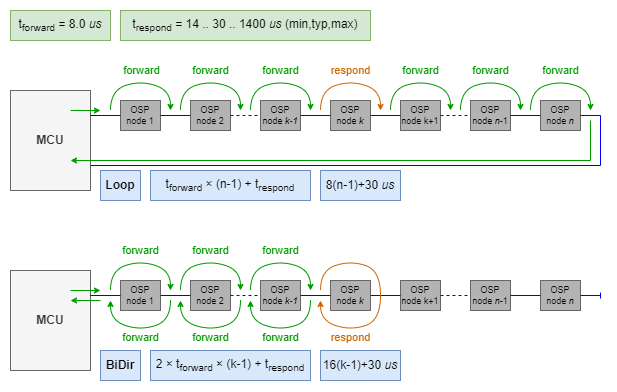
This is extras/timing.drawio.png from ams-OSRAM/OSP_aospi, a draw.io export, as it was before one commit. Source tidied: cells renumbered, new cells last; positions are measured from the earlier drawing's top-left corner, leaving out a move shared by most shapes.
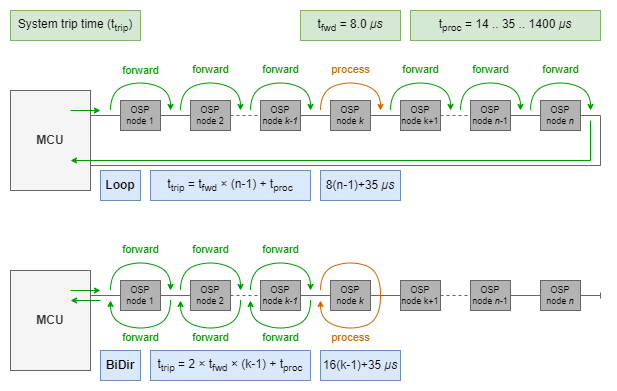
Above is the later version.

Change to the diagram source:
```diff
@@ -14,15 +14,18 @@
     <mxCell id="5" value="OSP node &lt;i&gt;k-1&lt;/i&gt;" style="rounded=0;whiteSpace=wrap;html=1;fillColor=#B3B3B3;fontColor=default;strokeColor=#666666;align=center;verticalAlign=middle;fontFamily=Helvetica;fontSize=9;" parent="1" vertex="1">
       <mxGeometry x="250" y="90" width="40" height="30" as="geometry" />
     </mxCell>
-    <mxCell id="6" style="endArrow=none;html=1;rounded=0;exitX=0.5;exitY=1;exitDx=0;exitDy=0;entryX=0;entryY=0.5;entryDx=0;entryDy=0;endSize=4;startSize=4;startArrow=none;startFill=0;strokeColor=#0000FF;endFill=0;" parent="1" edge="1" target="3">
+    <mxCell id="6" style="endArrow=none;html=1;rounded=0;exitX=0.5;exitY=1;exitDx=0;exitDy=0;entryX=0;entryY=0.5;entryDx=0;entryDy=0;endSize=4;startSize=4;startArrow=none;startFill=0;strokeColor=#666666;endFill=0;fillColor=#f5f5f5;" parent="1" edge="1" target="3">
       <mxGeometry relative="1" as="geometry">
         <mxPoint x="79.6" y="105" as="sourcePoint" />
+        <Array as="points">
+          <mxPoint x="100" y="105" />
+        </Array>
       </mxGeometry>
     </mxCell>
-    <mxCell id="7" style="endArrow=none;html=1;rounded=0;exitX=1;exitY=0.5;exitDx=0;exitDy=0;entryX=0;entryY=0.5;entryDx=0;entryDy=0;endSize=4;startSize=4;startArrow=none;startFill=0;strokeColor=#0000FF;endFill=0;" parent="1" edge="1" source="3" target="4">
+    <mxCell id="7" style="endArrow=none;html=1;rounded=0;exitX=1;exitY=0.5;exitDx=0;exitDy=0;entryX=0;entryY=0.5;entryDx=0;entryDy=0;endSize=4;startSize=4;startArrow=none;startFill=0;strokeColor=#666666;endFill=0;fillColor=#f5f5f5;" parent="1" edge="1" source="3" target="4">
       <mxGeometry relative="1" as="geometry" />
     </mxCell>
-    <mxCell id="8" style="endArrow=none;html=1;rounded=0;exitX=1;exitY=0.5;exitDx=0;exitDy=0;entryX=0;entryY=0.5;entryDx=0;entryDy=0;endSize=4;startSize=4;startArrow=none;startFill=0;strokeColor=#0000FF;endFill=0;dashed=1;" parent="1" edge="1" source="4" target="5">
+    <mxCell id="8" style="endArrow=none;html=1;rounded=0;exitX=1;exitY=0.5;exitDx=0;exitDy=0;entryX=0;entryY=0.5;entryDx=0;entryDy=0;endSize=4;startSize=4;startArrow=none;startFill=0;strokeColor=#666666;endFill=0;dashed=1;fillColor=#f5f5f5;" parent="1" edge="1" source="4" target="5">
       <mxGeometry relative="1" as="geometry" />
     </mxCell>
     <mxCell id="9" value="Loop" style="rounded=0;whiteSpace=wrap;html=1;fillColor=#dae8fc;strokeColor=#6c8ebf;fontStyle=1;" parent="1" vertex="1">
@@ -37,19 +40,19 @@
     <mxCell id="12" value="OSP node &lt;i&gt;n&lt;/i&gt;-1" style="rounded=0;whiteSpace=wrap;html=1;fillColor=#B3B3B3;fontColor=default;strokeColor=#666666;align=center;verticalAlign=middle;fontFamily=Helvetica;fontSize=9;" parent="1" vertex="1">
       <mxGeometry x="460" y="90" width="40" height="30" as="geometry" />
     </mxCell>
-    <mxCell id="13" style="endArrow=none;html=1;rounded=0;exitX=1;exitY=0.5;exitDx=0;exitDy=0;entryX=0;entryY=0.5;entryDx=0;entryDy=0;endSize=4;startSize=4;startArrow=none;startFill=0;strokeColor=#0000FF;endFill=0;" parent="1" edge="1" source="5" target="10">
+    <mxCell id="13" style="endArrow=none;html=1;rounded=0;exitX=1;exitY=0.5;exitDx=0;exitDy=0;entryX=0;entryY=0.5;entryDx=0;entryDy=0;endSize=4;startSize=4;startArrow=none;startFill=0;strokeColor=#666666;endFill=0;fillColor=#f5f5f5;" parent="1" edge="1" source="5" target="10">
       <mxGeometry relative="1" as="geometry" />
     </mxCell>
-    <mxCell id="14" style="endArrow=none;html=1;rounded=0;exitX=1;exitY=0.5;exitDx=0;exitDy=0;entryX=0;entryY=0.5;entryDx=0;entryDy=0;endSize=4;startSize=4;startArrow=none;startFill=0;strokeColor=#0000FF;endFill=0;" parent="1" edge="1" source="10" target="11">
+    <mxCell id="14" style="endArrow=none;html=1;rounded=0;exitX=1;exitY=0.5;exitDx=0;exitDy=0;entryX=0;entryY=0.5;entryDx=0;entryDy=0;endSize=4;startSize=4;startArrow=none;startFill=0;strokeColor=#666666;endFill=0;fillColor=#f5f5f5;" parent="1" edge="1" source="10" target="11">
       <mxGeometry relative="1" as="geometry" />
     </mxCell>
-    <mxCell id="15" style="endArrow=none;html=1;rounded=0;exitX=1;exitY=0.5;exitDx=0;exitDy=0;entryX=0;entryY=0.5;entryDx=0;entryDy=0;endSize=4;startSize=4;startArrow=none;startFill=0;strokeColor=#0000FF;endFill=0;dashed=1;" parent="1" edge="1" source="11" target="12">
+    <mxCell id="15" style="endArrow=none;html=1;rounded=0;exitX=1;exitY=0.5;exitDx=0;exitDy=0;entryX=0;entryY=0.5;entryDx=0;entryDy=0;endSize=4;startSize=4;startArrow=none;startFill=0;strokeColor=#666666;endFill=0;dashed=1;fillColor=#f5f5f5;" parent="1" edge="1" source="11" target="12">
       <mxGeometry relative="1" as="geometry" />
     </mxCell>
     <mxCell id="16" value="OSP node &lt;i&gt;n&lt;/i&gt;" style="rounded=0;whiteSpace=wrap;html=1;fillColor=#B3B3B3;fontColor=default;strokeColor=#666666;align=center;verticalAlign=middle;fontFamily=Helvetica;fontSize=9;" parent="1" vertex="1">
       <mxGeometry x="530" y="90" width="40" height="30" as="geometry" />
     </mxCell>
-    <mxCell id="17" style="endArrow=none;html=1;rounded=0;exitX=1;exitY=0.5;exitDx=0;exitDy=0;entryX=0;entryY=0.5;entryDx=0;entryDy=0;endSize=4;startSize=4;startArrow=none;startFill=0;strokeColor=#0000FF;endFill=0;" parent="1" edge="1" source="12" target="16">
+    <mxCell id="17" style="endArrow=none;html=1;rounded=0;exitX=1;exitY=0.5;exitDx=0;exitDy=0;entryX=0;entryY=0.5;entryDx=0;entryDy=0;endSize=4;startSize=4;startArrow=none;startFill=0;strokeColor=#666666;endFill=0;fillColor=#f5f5f5;" parent="1" edge="1" source="12" target="16">
       <mxGeometry relative="1" as="geometry" />
     </mxCell>
     <mxCell id="18" value="forward" style="endArrow=classic;html=1;rounded=0;curved=1;endSize=4;startSize=4;strokeColor=#009900;fontColor=#009900;" parent="1" edge="1">
@@ -88,7 +91,7 @@
         <mxPoint x="-3" y="-1" as="offset" />
       </mxGeometry>
     </mxCell>
-    <mxCell id="21" value="respond" style="endArrow=classic;html=1;rounded=0;curved=1;endSize=4;startSize=4;strokeColor=#CC6600;fontColor=#CC6600;" parent="1" edge="1">
+    <mxCell id="21" value="process" style="endArrow=classic;html=1;rounded=0;curved=1;endSize=4;startSize=4;strokeColor=#CC6600;fontColor=#CC6600;" parent="1" edge="1">
       <mxGeometry y="10" relative="1" as="geometry">
         <mxPoint x="310" y="100" as="sourcePoint" />
         <mxPoint x="370" y="100" as="targetPoint" />
@@ -136,7 +139,7 @@
         <mxPoint x="-3" y="-1" as="offset" />
       </mxGeometry>
     </mxCell>
-    <mxCell id="25" style="endArrow=none;html=1;rounded=0;exitX=1;exitY=0.5;exitDx=0;exitDy=0;entryX=1;entryY=0.75;entryDx=0;entryDy=0;endSize=4;startSize=4;startArrow=none;startFill=0;strokeColor=#0000FF;endFill=0;" parent="1" edge="1" source="16" target="2">
+    <mxCell id="25" style="endArrow=none;html=1;rounded=0;exitX=1;exitY=0.5;exitDx=0;exitDy=0;entryX=1;entryY=0.75;entryDx=0;entryDy=0;endSize=4;startSize=4;startArrow=none;startFill=0;strokeColor=#666666;endFill=0;fillColor=#f5f5f5;" parent="1" edge="1" source="16" target="2">
       <mxGeometry relative="1" as="geometry">
         <Array as="points">
           <mxPoint x="590" y="105" />
@@ -156,18 +159,18 @@
     <mxCell id="29" value="OSP node &lt;i&gt;k-1&lt;/i&gt;" style="rounded=0;whiteSpace=wrap;html=1;fillColor=#B3B3B3;fontColor=default;strokeColor=#666666;align=center;verticalAlign=middle;fontFamily=Helvetica;fontSize=9;" parent="1" vertex="1">
       <mxGeometry x="250" y="270" width="40" height="30" as="geometry" />
     </mxCell>
-    <mxCell id="30" style="endArrow=none;html=1;rounded=0;exitX=0.5;exitY=1;exitDx=0;exitDy=0;entryX=0;entryY=0.5;entryDx=0;entryDy=0;endSize=4;startSize=4;startArrow=none;startFill=0;strokeColor=#0000FF;endFill=0;" parent="1" edge="1" target="27">
+    <mxCell id="30" style="endArrow=none;html=1;rounded=0;exitX=0.5;exitY=1;exitDx=0;exitDy=0;entryX=0;entryY=0.5;entryDx=0;entryDy=0;endSize=4;startSize=4;startArrow=none;startFill=0;strokeColor=#666666;endFill=0;fillColor=#f5f5f5;" parent="1" edge="1" target="27">
       <mxGeometry relative="1" as="geometry">
         <mxPoint x="79.6" y="285" as="sourcePoint" />
       </mxGeometry>
     </mxCell>
-    <mxCell id="31" style="endArrow=none;html=1;rounded=0;exitX=1;exitY=0.5;exitDx=0;exitDy=0;entryX=0;entryY=0.5;entryDx=0;entryDy=0;endSize=4;startSize=4;startArrow=none;startFill=0;strokeColor=#0000FF;endFill=0;" parent="1" edge="1" source="27" target="28">
+    <mxCell id="31" style="endArrow=none;html=1;rounded=0;exitX=1;exitY=0.5;exitDx=0;exitDy=0;entryX=0;entryY=0.5;entryDx=0;entryDy=0;endSize=4;startSize=4;startArrow=none;startFill=0;strokeColor=#666666;endFill=0;fillColor=#f5f5f5;" parent="1" edge="1" source="27" target="28">
       <mxGeometry relative="1" as="geometry" />
     </mxCell>
-    <mxCell id="32" style="endArrow=none;html=1;rounded=0;exitX=1;exitY=0.5;exitDx=0;exitDy=0;entryX=0;entryY=0.5;entryDx=0;entryDy=0;endSize=4;startSize=4;startArrow=none;startFill=0;strokeColor=#0000FF;endFill=0;dashed=1;" parent="1" edge="1" source="28" target="29">
+    <mxCell id="32" style="endArrow=none;html=1;rounded=0;exitX=1;exitY=0.5;exitDx=0;exitDy=0;entryX=0;entryY=0.5;entryDx=0;entryDy=0;endSize=4;startSize=4;startArrow=none;startFill=0;strokeColor=#666666;endFill=0;dashed=1;fillColor=#f5f5f5;" parent="1" edge="1" source="28" target="29">
       <mxGeometry relative="1" as="geometry" />
     </mxCell>
-    <mxCell id="33" value="16(k-1)+30&amp;nbsp;&lt;i&gt;us&lt;/i&gt;" style="rounded=0;whiteSpace=wrap;html=1;fillColor=#dae8fc;strokeColor=#6c8ebf;" parent="1" vertex="1">
+    <mxCell id="33" value="16(k-1)+35&amp;nbsp;&lt;i&gt;μ&lt;/i&gt;&lt;i&gt;s&lt;/i&gt;" style="rounded=0;whiteSpace=wrap;html=1;fillColor=#dae8fc;strokeColor=#6c8ebf;" parent="1" vertex="1">
       <mxGeometry x="310" y="340" width="80" height="30" as="geometry" />
     </mxCell>
     <mxCell id="34" value="OSP node &lt;i&gt;k&lt;/i&gt;" style="rounded=0;whiteSpace=wrap;html=1;fillColor=#B3B3B3;fontColor=default;strokeColor=#666666;align=center;verticalAlign=middle;fontFamily=Helvetica;fontSize=9;" parent="1" vertex="1">
@@ -179,19 +182,19 @@
     <mxCell id="36" value="OSP node &lt;i&gt;n&lt;/i&gt;-1" style="rounded=0;whiteSpace=wrap;html=1;fillColor=#B3B3B3;fontColor=default;strokeColor=#666666;align=center;verticalAlign=middle;fontFamily=Helvetica;fontSize=9;" parent="1" vertex="1">
       <mxGeometry x="460" y="270" width="40" height="30" as="geometry" />
     </mxCell>
-    <mxCell id="37" style="endArrow=none;html=1;rounded=0;exitX=1;exitY=0.5;exitDx=0;exitDy=0;entryX=0;entryY=0.5;entryDx=0;entryDy=0;endSize=4;startSize=4;startArrow=none;startFill=0;strokeColor=#0000FF;endFill=0;" parent="1" edge="1" source="29" target="34">
+    <mxCell id="37" style="endArrow=none;html=1;rounded=0;exitX=1;exitY=0.5;exitDx=0;exitDy=0;entryX=0;entryY=0.5;entryDx=0;entryDy=0;endSize=4;startSize=4;startArrow=none;startFill=0;strokeColor=#666666;endFill=0;fillColor=#f5f5f5;" parent="1" edge="1" source="29" target="34">
       <mxGeometry relative="1" as="geometry" />
     </mxCell>
-    <mxCell id="38" style="endArrow=none;html=1;rounded=0;exitX=1;exitY=0.5;exitDx=0;exitDy=0;entryX=0;entryY=0.5;entryDx=0;entryDy=0;endSize=4;startSize=4;startArrow=none;startFill=0;strokeColor=#0000FF;endFill=0;" parent="1" edge="1" source="34" target="35">
+    <mxCell id="38" style="endArrow=none;html=1;rounded=0;exitX=1;exitY=0.5;exitDx=0;exitDy=0;entryX=0;entryY=0.5;entryDx=0;entryDy=0;endSize=4;startSize=4;startArrow=none;startFill=0;strokeColor=#666666;endFill=0;fillColor=#f5f5f5;" parent="1" edge="1" source="34" target="35">
       <mxGeometry relative="1" as="geometry" />
     </mxCell>
-    <mxCell id="39" style="endArrow=none;html=1;rounded=0;exitX=1;exitY=0.5;exitDx=0;exitDy=0;entryX=0;entryY=0.5;entryDx=0;entryDy=0;endSize=4;startSize=4;startArrow=none;startFill=0;strokeColor=#0000FF;endFill=0;dashed=1;" parent="1" edge="1" source="35" target="36">
+    <mxCell id="39" style="endArrow=none;html=1;rounded=0;exitX=1;exitY=0.5;exitDx=0;exitDy=0;entryX=0;entryY=0.5;entryDx=0;entryDy=0;endSize=4;startSize=4;startArrow=none;startFill=0;strokeColor=#666666;endFill=0;dashed=1;fillColor=#f5f5f5;" parent="1" edge="1" source="35" target="36">
       <mxGeometry relative="1" as="geometry" />
     </mxCell>
     <mxCell id="40" value="OSP node &lt;i&gt;n&lt;/i&gt;" style="rounded=0;whiteSpace=wrap;html=1;fillColor=#B3B3B3;fontColor=default;strokeColor=#666666;align=center;verticalAlign=middle;fontFamily=Helvetica;fontSize=9;" parent="1" vertex="1">
       <mxGeometry x="530" y="270" width="40" height="30" as="geometry" />
     </mxCell>
-    <mxCell id="41" style="endArrow=none;html=1;rounded=0;exitX=1;exitY=0.5;exitDx=0;exitDy=0;entryX=0;entryY=0.5;entryDx=0;entryDy=0;endSize=4;startSize=4;startArrow=none;startFill=0;strokeColor=#0000FF;endFill=0;" parent="1" edge="1" source="36" target="40">
+    <mxCell id="41" style="endArrow=none;html=1;rounded=0;exitX=1;exitY=0.5;exitDx=0;exitDy=0;entryX=0;entryY=0.5;entryDx=0;entryDy=0;endSize=4;startSize=4;startArrow=none;startFill=0;strokeColor=#666666;endFill=0;fillColor=#f5f5f5;" parent="1" edge="1" source="36" target="40">
       <mxGeometry relative="1" as="geometry" />
     </mxCell>
     <mxCell id="42" value="forward" style="endArrow=classic;html=1;rounded=0;curved=1;endSize=4;startSize=4;strokeColor=#009900;fontColor=#009900;" parent="1" edge="1">
@@ -230,7 +233,7 @@
         <mxPoint x="-3" y="-1" as="offset" />
       </mxGeometry>
     </mxCell>
-    <mxCell id="45" value="respond" style="endArrow=classic;html=1;rounded=0;curved=1;endSize=4;startSize=4;strokeColor=#CC6600;fontColor=#CC6600;" parent="1" edge="1">
+    <mxCell id="45" value="process" style="endArrow=classic;html=1;rounded=0;curved=1;endSize=4;startSize=4;strokeColor=#CC6600;fontColor=#CC6600;" parent="1" edge="1">
       <mxGeometry x="0.52" y="7" relative="1" as="geometry">
         <mxPoint x="310" y="280" as="sourcePoint" />
         <mxPoint x="310" y="290" as="targetPoint" />
@@ -245,7 +248,7 @@
         <mxPoint x="2" as="offset" />
       </mxGeometry>
     </mxCell>
-    <mxCell id="46" style="endArrow=baseDash;html=1;rounded=0;exitX=1;exitY=0.5;exitDx=0;exitDy=0;endSize=4;startSize=4;startArrow=none;startFill=0;strokeColor=#0000FF;endFill=0;" parent="1" edge="1" source="40">
+    <mxCell id="46" style="endArrow=baseDash;html=1;rounded=0;exitX=1;exitY=0.5;exitDx=0;exitDy=0;endSize=4;startSize=4;startArrow=none;startFill=0;strokeColor=#666666;endFill=0;fillColor=#f5f5f5;" parent="1" edge="1" source="40">
       <mxGeometry relative="1" as="geometry">
         <mxPoint x="590" y="285" as="targetPoint" />
       </mxGeometry>
@@ -286,13 +289,13 @@
         <mxPoint x="2" as="offset" />
       </mxGeometry>
     </mxCell>
-    <mxCell id="50" value="8(n-1)+30&amp;nbsp;&lt;i&gt;us&lt;/i&gt;" style="rounded=0;whiteSpace=wrap;html=1;fillColor=#dae8fc;strokeColor=#6c8ebf;" parent="1" vertex="1">
+    <mxCell id="50" value="8(n-1)+35&amp;nbsp;&lt;i&gt;μ&lt;/i&gt;&lt;i&gt;s&lt;/i&gt;" style="rounded=0;whiteSpace=wrap;html=1;fillColor=#dae8fc;strokeColor=#6c8ebf;" parent="1" vertex="1">
       <mxGeometry x="310" y="160" width="80" height="30" as="geometry" />
     </mxCell>
-    <mxCell id="51" value="t&lt;sub&gt;forward&lt;/sub&gt;&amp;nbsp;× (n-1) + t&lt;sub&gt;respond&lt;/sub&gt;" style="rounded=0;whiteSpace=wrap;html=1;fillColor=#dae8fc;strokeColor=#6c8ebf;" parent="1" vertex="1">
+    <mxCell id="51" value="t&lt;sub&gt;trip&lt;/sub&gt;&amp;nbsp;= t&lt;sub&gt;fwd&lt;/sub&gt;&amp;nbsp;× (n-1) + t&lt;sub&gt;proc&lt;/sub&gt;" style="rounded=0;whiteSpace=wrap;html=1;fillColor=#dae8fc;strokeColor=#6c8ebf;" parent="1" vertex="1">
       <mxGeometry x="140" y="160" width="160" height="30" as="geometry" />
     </mxCell>
-    <mxCell id="52" value="2 × t&lt;sub&gt;forward&lt;/sub&gt;&amp;nbsp;× (k-1) + t&lt;sub&gt;respond&lt;/sub&gt;" style="rounded=0;whiteSpace=wrap;html=1;fillColor=#dae8fc;strokeColor=#6c8ebf;" parent="1" vertex="1">
+    <mxCell id="52" value="t&lt;sub&gt;trip&lt;/sub&gt; = 2 × t&lt;sub&gt;fwd&lt;/sub&gt;&amp;nbsp;× (k-1) + t&lt;sub&gt;proc&lt;/sub&gt;" style="rounded=0;whiteSpace=wrap;html=1;fillColor=#dae8fc;strokeColor=#6c8ebf;" parent="1" vertex="1">
       <mxGeometry x="140" y="340" width="160" height="30" as="geometry" />
     </mxCell>
     <mxCell id="53" value="BiDir" style="rounded=0;whiteSpace=wrap;html=1;fillColor=#dae8fc;strokeColor=#6c8ebf;fontStyle=1;" parent="1" vertex="1">
@@ -325,11 +328,14 @@
         <mxPoint x="60" y="290" as="targetPoint" />
       </mxGeometry>
     </mxCell>
-    <mxCell id="58" value="t&lt;sub&gt;forward&lt;/sub&gt;&amp;nbsp;= 8.0&amp;nbsp;&lt;i&gt;us&lt;/i&gt;" style="rounded=0;whiteSpace=wrap;html=1;fillColor=#d5e8d4;strokeColor=#82b366;" parent="1" vertex="1">
-      <mxGeometry width="100" height="30" as="geometry" />
+    <mxCell id="58" value="t&lt;sub&gt;fwd&lt;/sub&gt;&amp;nbsp;= 8.0&amp;nbsp;&lt;i&gt;μs&lt;/i&gt;" style="rounded=0;whiteSpace=wrap;html=1;fillColor=#d5e8d4;strokeColor=#82b366;" parent="1" vertex="1">
+      <mxGeometry x="290" width="100" height="30" as="geometry" />
     </mxCell>
-    <mxCell id="59" value="t&lt;sub&gt;respond&lt;/sub&gt;&amp;nbsp;= 14 .. 30 .. 1400&amp;nbsp;&lt;i&gt;us&lt;/i&gt; (min,typ,max)" style="rounded=0;whiteSpace=wrap;html=1;fillColor=#d5e8d4;strokeColor=#82b366;" parent="1" vertex="1">
-      <mxGeometry x="110" width="250" height="30" as="geometry" />
+    <mxCell id="59" value="t&lt;sub&gt;proc&lt;/sub&gt;&amp;nbsp;= 14 .. 35 .. 1400&amp;nbsp;&lt;i&gt;μ&lt;/i&gt;&lt;i&gt;s&lt;/i&gt;" style="rounded=0;whiteSpace=wrap;html=1;fillColor=#d5e8d4;strokeColor=#82b366;" parent="1" vertex="1">
+      <mxGeometry x="400" width="190" height="30" as="geometry" />
     </mxCell>
+    <mxCell id="60" value="System trip time (t&lt;sub&gt;trip&lt;/sub&gt;)" style="rounded=0;whiteSpace=wrap;html=1;fillColor=#d5e8d4;strokeColor=#82b366;" parent="1" vertex="1">
+      <mxGeometry width="130" height="30" as="geometry" />
+    </mxCell>
   </root>
 </mxGraphModel>
```
